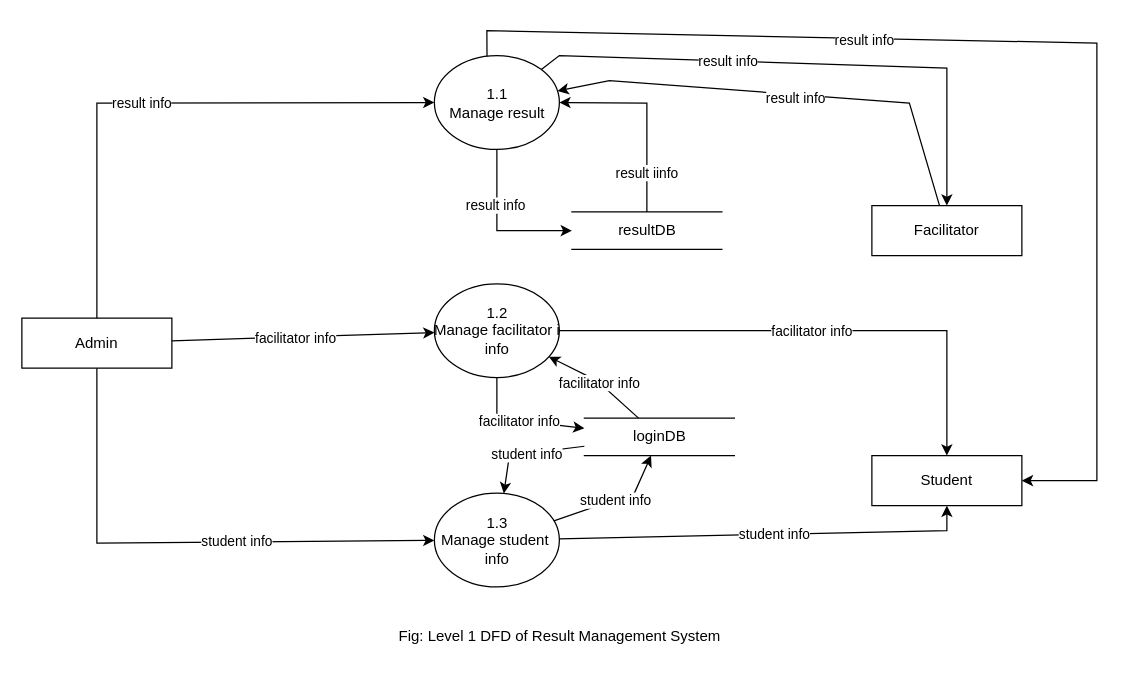
Before: EssentialsDiagram/rmsDFD1.drawio in manojtsx/ResultManagementSystem-JAVA, a draw.io diagram. Source tidied: cells renumbered, new cells numbered last; positions are measured from the earlier drawing's top-left corner, leaving out a move shared by most shapes. Both pictures are drawn from the tidied source at 125%, with x=0, y=0 at pixel (21, 30).
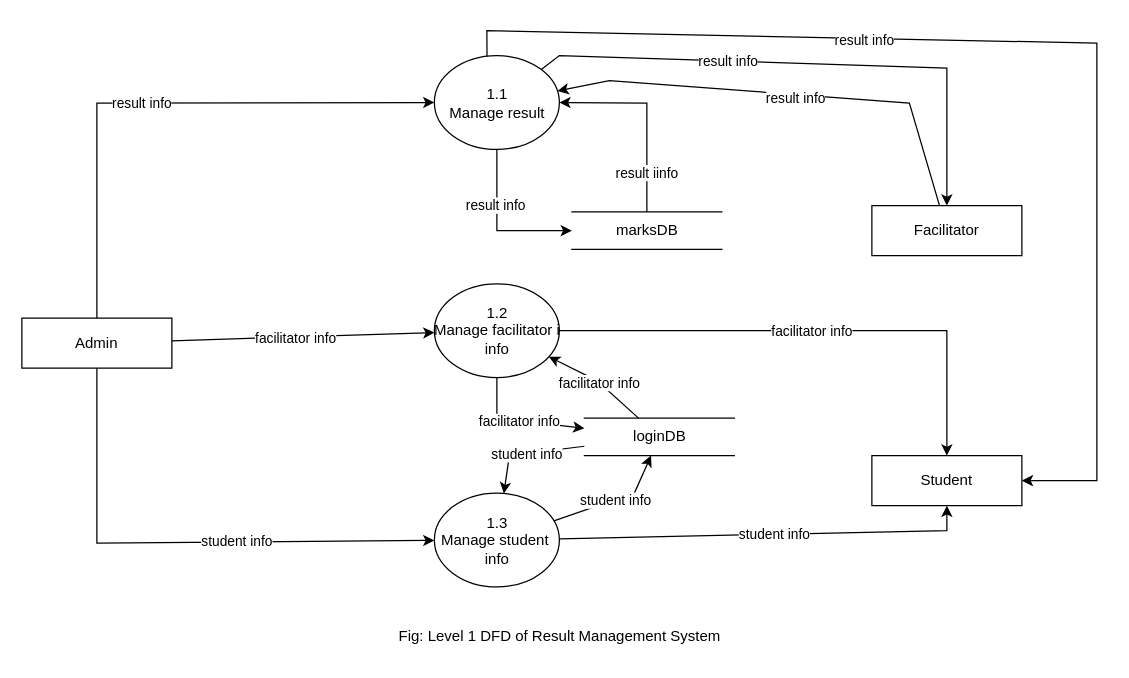
Above is the later version.

What changed in the source:
```diff
@@
-    <mxCell id="14" value="resultDB" style="html=1;dashed=0;whitespace=wrap;shape=partialRectangle;right=0;left=0;" parent="1" vertex="1">
+    <mxCell id="14" value="marksDB" style="html=1;dashed=0;whitespace=wrap;shape=partialRectangle;right=0;left=0;" parent="1" vertex="1">
       <mxGeometry x="440" y="145" width="120" height="30" as="geometry" />
     </mxCell>
```
